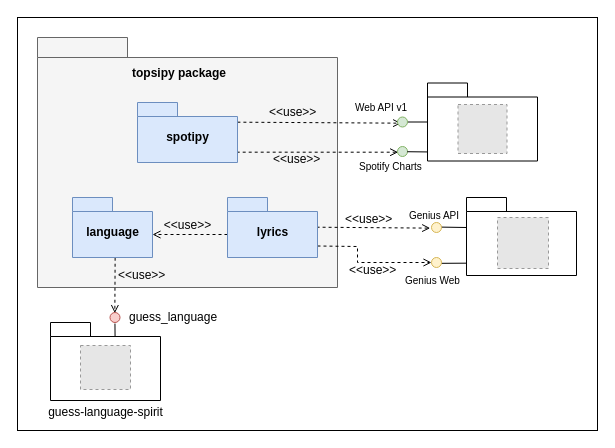
The draw.io diagram page "Page-1" (2 of 5) of docs/source/_static/topsipy.drawio in DatosAbiertos2020/spotichart, before the edit. Source tidied: cells renumbered, new cells numbered last; positions are measured from the earlier drawing's top-left corner, leaving out a move shared by most shapes. Both pictures are drawn from the tidied source at 100%, with x=0, y=0 at pixel (17, 17). Pictures stored in the file or linked from it are replaced by grey dashed boxes.
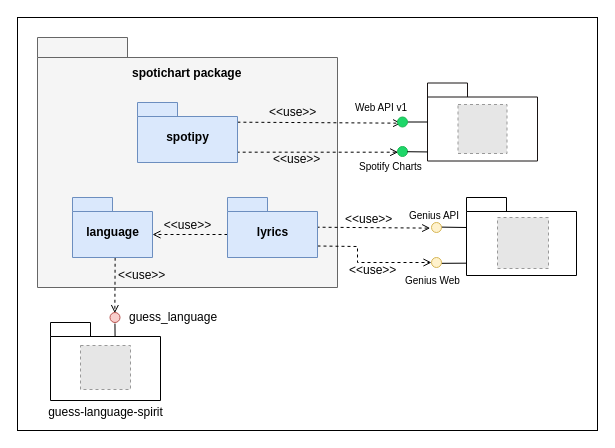
The same page after the edit.

The change refers to these unchanged cells:
```xml
<mxCell id="33" style="group;" parent="1" vertex="1">
  <mxGeometry x="380" y="65.5" width="140" height="78" as="geometry" />
</mxCell>
```

Diff of the diagram source:
```diff
@@
-    <mxCell id="4" value="&lt;b&gt;topsipy package&lt;/b&gt;" style="text;html=1;align=left;verticalAlign=top;spacingTop=-4;" parent="1" vertex="1">
-      <mxGeometry x="113" y="45.5" width="110" height="20" as="geometry" />
+    <mxCell id="4" value="&lt;b&gt;spotichart package&lt;/b&gt;" style="text;html=1;align=left;verticalAlign=top;spacingTop=-4;" parent="1" vertex="1">
+      <mxGeometry x="113" y="45.5" width="120" height="20" as="geometry" />
     </mxCell>
@@
-    <mxCell id="34" style="shape=folder;fontStyle=1;spacingTop=10;tabWidth=40;tabHeight=14;tabPosition=left;html=1;" parent="33" vertex="1">
+    <mxCell id="34" style="shape=folder;fontStyle=1;spacingTop=10;tabWidth=40;tabHeight=14;tabPosition=left;html=1;fillOpacity=100;strokeColor=#191414;" parent="33" vertex="1">
       <mxGeometry x="30" width="110" height="78" as="geometry" />
     </mxCell>
@@
-    <mxCell id="36" style="ellipse;whiteSpace=wrap;html=1;fontFamily=Helvetica;fontSize=12;align=center;strokeColor=#82b366;fillColor=#d5e8d4;points=[];" parent="33" vertex="1">
+    <mxCell id="36" style="ellipse;whiteSpace=wrap;html=1;fontFamily=Helvetica;fontSize=12;align=center;strokeColor=#1DB954;fillColor=#1ED769;points=[];" parent="33" vertex="1">
       <mxGeometry y="34" width="10" height="10" as="geometry" />
     </mxCell>
-    <mxCell id="37" style="ellipse;whiteSpace=wrap;html=1;fontFamily=Helvetica;fontSize=12;align=center;strokeColor=#82b366;fillColor=#d5e8d4;points=[];" parent="33" vertex="1">
+    <mxCell id="37" style="ellipse;whiteSpace=wrap;html=1;fontFamily=Helvetica;fontSize=12;align=center;strokeColor=#1DB954;fillColor=#1ED769;points=[];" parent="33" vertex="1">
       <mxGeometry y="63.5" width="10" height="10" as="geometry" />
     </mxCell>
```
